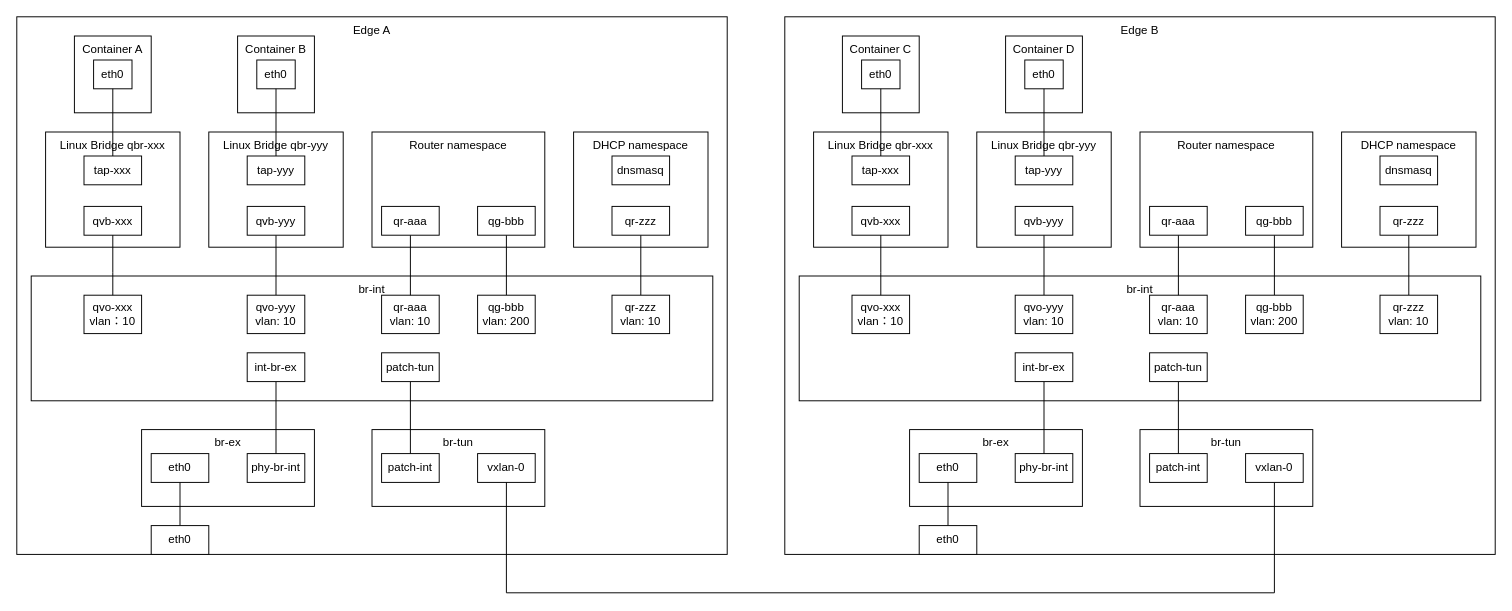
wangkuntian/draw keeps this draw.io diagram as page "同一子网跨节点" (3 of 4) of test.drawio. Above is the earlier version. Source tidied: cells renumbered, new cells numbered last; positions are measured from the earlier drawing's top-left corner, leaving out a move shared by most shapes. Both pictures are drawn from the tidied source at 96%, with x=0, y=0 at pixel (16, 16).
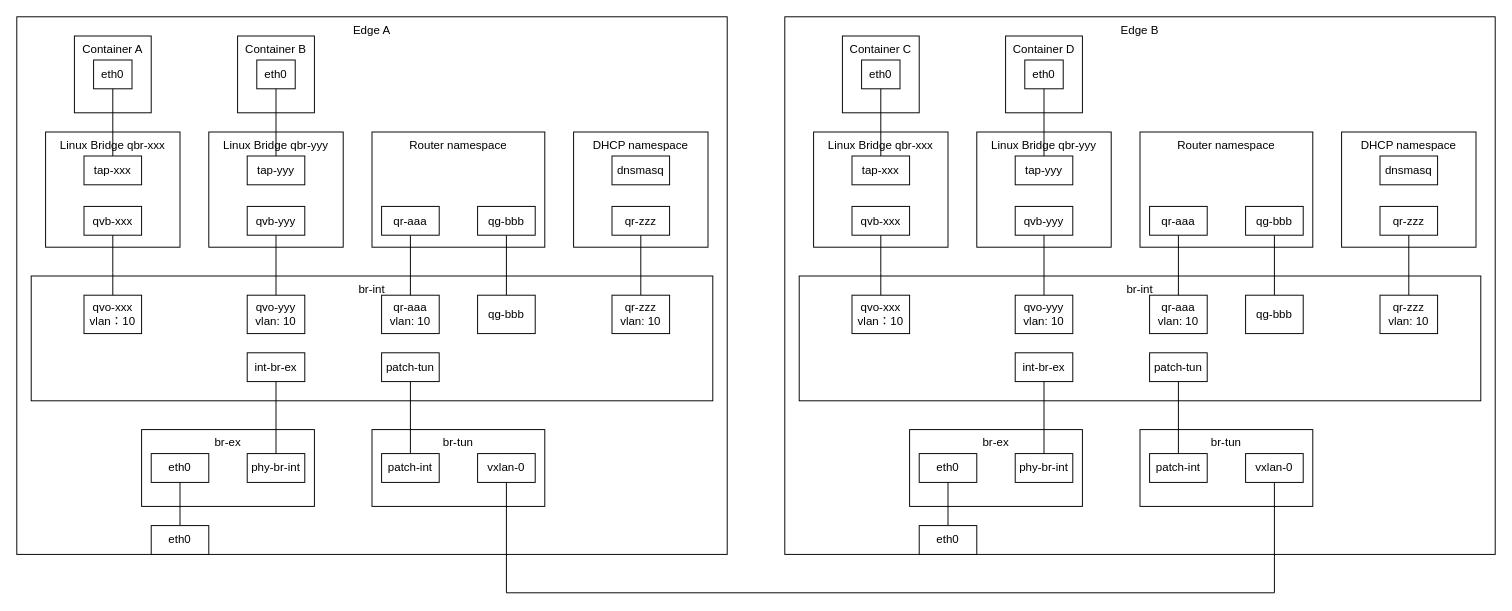
Above is the later version.

Change to the diagram source:
```diff
@@
-    <mxCell id="26" value="qg-bbb&lt;div&gt;vlan: 200&lt;/div&gt;" style="rounded=0;whiteSpace=wrap;html=1;" parent="1" vertex="1">
+    <mxCell id="26" value="qg-bbb" style="rounded=0;whiteSpace=wrap;html=1;" parent="1" vertex="1">
       <mxGeometry x="480" y="290" width="60" height="40" as="geometry" />
     </mxCell>
@@
-    <mxCell id="68" value="qg-bbb&lt;div&gt;vlan: 200&lt;/div&gt;" style="rounded=0;whiteSpace=wrap;html=1;" parent="1" vertex="1">
+    <mxCell id="68" value="qg-bbb" style="rounded=0;whiteSpace=wrap;html=1;" parent="1" vertex="1">
       <mxGeometry x="1280" y="290" width="60" height="40" as="geometry" />
     </mxCell>
```
